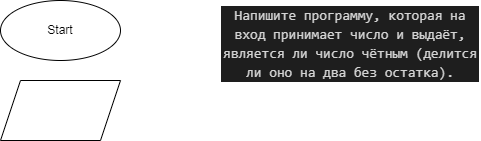
Earlier version of the draw.io export Work/EXP003/diagram.drawio.png (Evgeniya120/HomeWork). Source tidied: cells renumbered, new cells last; positions are measured from the earlier drawing's top-left corner, leaving out a move shared by most shapes. Its diagram source:
```xml
<mxGraphModel>
  <root>
    <mxCell id="0" />
    <mxCell id="1" parent="0" />
    <mxCell id="2" value="Start" style="ellipse;whiteSpace=wrap;html=1;" parent="1" vertex="1">
      <mxGeometry width="120" height="60" as="geometry" />
    </mxCell>
    <mxCell id="3" style="shape=parallelogram;perimeter=parallelogramPerimeter;whiteSpace=wrap;html=1;fixedSize=1;" parent="1" vertex="1">
      <mxGeometry y="80" width="120" height="60" as="geometry" />
    </mxCell>
    <mxCell id="4" value="&lt;div style=&quot;color: rgb(212 , 212 , 212) ; background-color: rgb(30 , 30 , 30) ; font-family: &amp;#34;consolas&amp;#34; , &amp;#34;courier new&amp;#34; , monospace ; font-size: 14px ; line-height: 19px&quot;&gt;Напишите программу, которая на вход принимает число и выдаёт, является ли число чётным (делится ли оно на два без остатка).&lt;/div&gt;" style="text;html=1;strokeColor=none;fillColor=none;align=center;verticalAlign=middle;whiteSpace=wrap;rounded=0;" parent="1" vertex="1">
      <mxGeometry x="220" y="15" width="260" height="55" as="geometry" />
    </mxCell>
  </root>
</mxGraphModel>
```
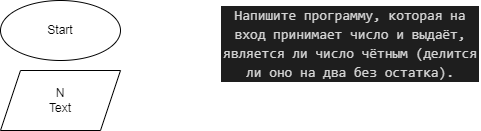
The same diagram one commit later.

Commit message:
Диаграмма к задаче №3

The edit, as a diff of the source:
```diff
@@ -5,8 +5,8 @@
     <mxCell id="2" value="Start" style="ellipse;whiteSpace=wrap;html=1;" parent="1" vertex="1">
       <mxGeometry width="120" height="60" as="geometry" />
     </mxCell>
-    <mxCell id="3" style="shape=parallelogram;perimeter=parallelogramPerimeter;whiteSpace=wrap;html=1;fixedSize=1;" parent="1" vertex="1">
-      <mxGeometry y="80" width="120" height="60" as="geometry" />
+    <mxCell id="3" value="N&lt;br&gt;Text" style="shape=parallelogram;perimeter=parallelogramPerimeter;whiteSpace=wrap;html=1;fixedSize=1;" parent="1" vertex="1">
+      <mxGeometry y="70" width="120" height="60" as="geometry" />
     </mxCell>
     <mxCell id="4" value="&lt;div style=&quot;color: rgb(212 , 212 , 212) ; background-color: rgb(30 , 30 , 30) ; font-family: &amp;#34;consolas&amp;#34; , &amp;#34;courier new&amp;#34; , monospace ; font-size: 14px ; line-height: 19px&quot;&gt;Напишите программу, которая на вход принимает число и выдаёт, является ли число чётным (делится ли оно на два без остатка).&lt;/div&gt;" style="text;html=1;strokeColor=none;fillColor=none;align=center;verticalAlign=middle;whiteSpace=wrap;rounded=0;" parent="1" vertex="1">
       <mxGeometry x="220" y="15" width="260" height="55" as="geometry" />
```
